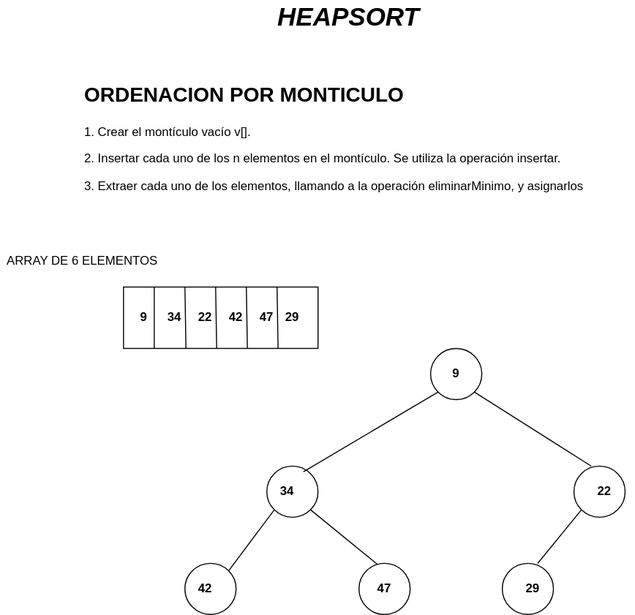
Before: Algoritmos/Heapsort/Heapsort.drawio.svg, a diagram exported from draw.io (Nordcode-cyber/Algoritmos-Estructdatos). Source tidied: cells renumbered, new cells last; positions are measured from the earlier drawing's top-left corner, leaving out a move shared by most shapes.
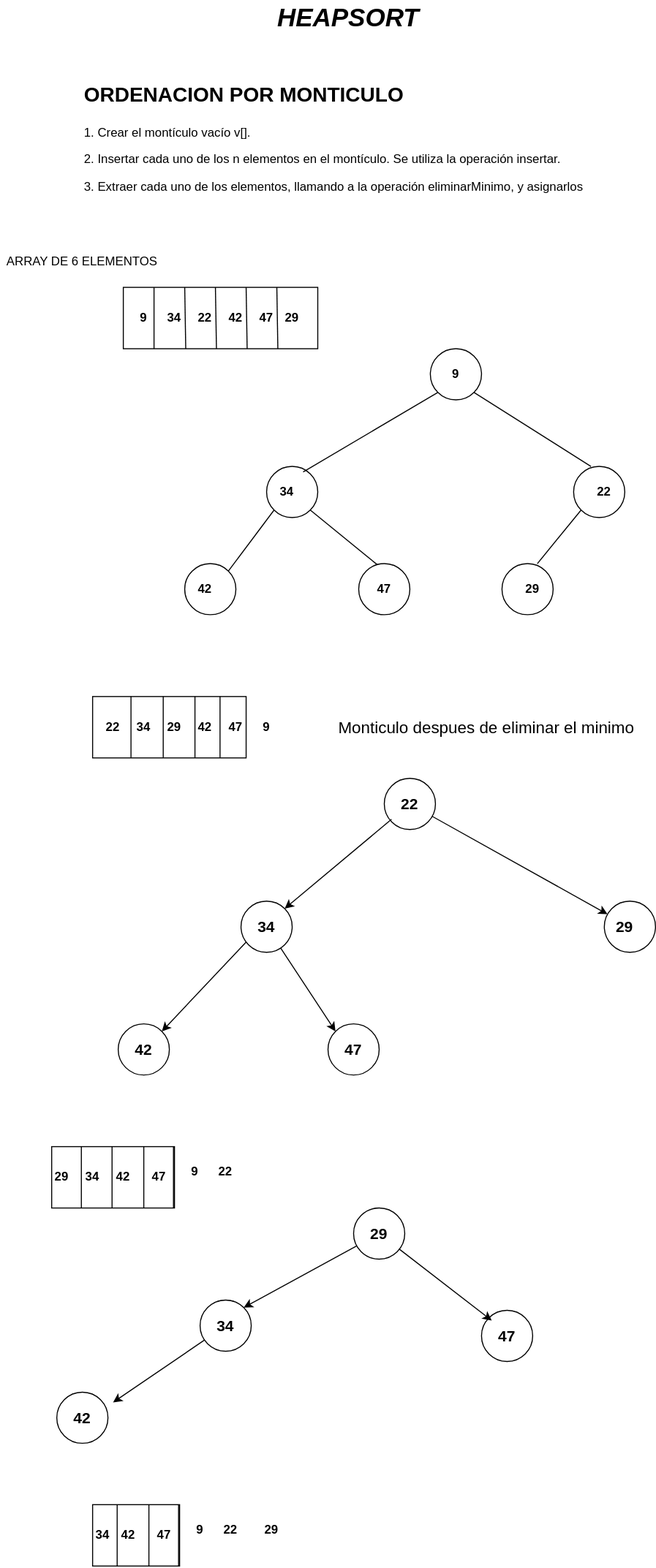
Above is the later version.

Change to the diagram source:
```diff
@@ -113,5 +113,209 @@
     <mxCell id="33" value="&lt;b&gt;&lt;font style=&quot;color: light-dark(rgb(0, 0, 0), rgb(0, 0, 255));&quot;&gt;29&lt;/font&gt;&lt;/b&gt;" style="text;html=1;align=center;verticalAlign=middle;whiteSpace=wrap;rounded=0;" parent="1" vertex="1">
       <mxGeometry x="255" y="295" width="60" height="30" as="geometry" />
     </mxCell>
+    <mxCell id="34" style="rounded=0;whiteSpace=wrap;html=1;fillColor=none;" parent="1" vertex="1">
+      <mxGeometry x="90" y="680" width="150" height="60" as="geometry" />
+    </mxCell>
+    <mxCell id="35" value="&lt;b&gt;&lt;font style=&quot;color: light-dark(rgb(0, 0, 0), rgb(0, 0, 255));&quot;&gt;47&lt;/font&gt;&lt;/b&gt;" style="text;html=1;align=center;verticalAlign=middle;whiteSpace=wrap;rounded=0;" parent="1" vertex="1">
+      <mxGeometry x="200" y="695" width="60" height="30" as="geometry" />
+    </mxCell>
+    <mxCell id="36" value="&lt;b&gt;&lt;font style=&quot;color: light-dark(rgb(0, 0, 0), rgb(0, 0, 255));&quot;&gt;42&lt;/font&gt;&lt;/b&gt;" style="text;html=1;align=center;verticalAlign=middle;whiteSpace=wrap;rounded=0;" parent="1" vertex="1">
+      <mxGeometry x="170" y="695" width="60" height="30" as="geometry" />
+    </mxCell>
+    <mxCell id="37" value="&lt;b&gt;&lt;font style=&quot;color: light-dark(rgb(0, 0, 0), rgb(0, 0, 255));&quot;&gt;9&lt;/font&gt;&lt;/b&gt;" style="text;html=1;align=center;verticalAlign=middle;whiteSpace=wrap;rounded=0;" parent="1" vertex="1">
+      <mxGeometry x="230" y="695" width="60" height="30" as="geometry" />
+    </mxCell>
+    <mxCell id="38" value="&lt;b&gt;&lt;font style=&quot;color: light-dark(rgb(0, 0, 0), rgb(0, 0, 255));&quot;&gt;34&lt;/font&gt;&lt;/b&gt;" style="text;html=1;align=center;verticalAlign=middle;whiteSpace=wrap;rounded=0;" parent="1" vertex="1">
+      <mxGeometry x="110" y="695" width="60" height="30" as="geometry" />
+    </mxCell>
+    <mxCell id="39" value="&lt;b&gt;&lt;font style=&quot;color: light-dark(rgb(0, 0, 0), rgb(0, 0, 255));&quot;&gt;22&lt;/font&gt;&lt;/b&gt;" style="text;html=1;align=center;verticalAlign=middle;whiteSpace=wrap;rounded=0;" parent="1" vertex="1">
+      <mxGeometry x="80" y="695" width="60" height="30" as="geometry" />
+    </mxCell>
+    <mxCell id="40" value="&lt;b&gt;&lt;font style=&quot;color: light-dark(rgb(0, 0, 0), rgb(0, 0, 255));&quot;&gt;29&lt;/font&gt;&lt;/b&gt;" style="text;html=1;align=center;verticalAlign=middle;whiteSpace=wrap;rounded=0;" parent="1" vertex="1">
+      <mxGeometry x="140" y="695" width="60" height="30" as="geometry" />
+    </mxCell>
+    <mxCell id="41" value="&lt;font style=&quot;font-size: 16px;&quot;&gt;Monticulo despues de eliminar el minimo&lt;/font&gt;" style="text;html=1;align=center;verticalAlign=middle;whiteSpace=wrap;rounded=0;" parent="1" vertex="1">
+      <mxGeometry x="320" y="695" width="310" height="30" as="geometry" />
+    </mxCell>
+    <mxCell id="42" style="ellipse;whiteSpace=wrap;html=1;fillColor=none;" parent="1" vertex="1">
+      <mxGeometry x="590" y="880" width="50" height="50" as="geometry" />
+    </mxCell>
+    <mxCell id="43" value="&lt;b&gt;&lt;font style=&quot;color: light-dark(rgb(0, 0, 0), rgb(0, 0, 255)); font-size: 15px;&quot;&gt;29&lt;/font&gt;&lt;/b&gt;" style="text;html=1;align=center;verticalAlign=middle;whiteSpace=wrap;rounded=0;" parent="1" vertex="1">
+      <mxGeometry x="580" y="890" width="60" height="30" as="geometry" />
+    </mxCell>
+    <mxCell id="44" style="edgeStyle=none;html=1;" parent="1" edge="1" source="45" target="42">
+      <mxGeometry relative="1" as="geometry" />
+    </mxCell>
+    <mxCell id="45" style="ellipse;whiteSpace=wrap;html=1;fillColor=none;" parent="1" vertex="1">
+      <mxGeometry x="375" y="760" width="50" height="50" as="geometry" />
+    </mxCell>
+    <mxCell id="46" style="edgeStyle=none;html=1;entryX=1;entryY=0;entryDx=0;entryDy=0;" parent="1" edge="1" source="47" target="49">
+      <mxGeometry relative="1" as="geometry" />
+    </mxCell>
+    <mxCell id="47" value="&lt;b&gt;&lt;font style=&quot;color: light-dark(rgb(0, 0, 0), rgb(0, 0, 255)); font-size: 15px;&quot;&gt;22&lt;/font&gt;&lt;/b&gt;" style="text;html=1;align=center;verticalAlign=middle;whiteSpace=wrap;rounded=0;" parent="1" vertex="1">
+      <mxGeometry x="370" y="770" width="60" height="30" as="geometry" />
+    </mxCell>
+    <mxCell id="48" style="edgeStyle=none;html=1;entryX=0;entryY=0;entryDx=0;entryDy=0;" parent="1" edge="1" source="49" target="54">
+      <mxGeometry relative="1" as="geometry" />
+    </mxCell>
+    <mxCell id="49" style="ellipse;whiteSpace=wrap;html=1;fillColor=none;" parent="1" vertex="1">
+      <mxGeometry x="235" y="880" width="50" height="50" as="geometry" />
+    </mxCell>
+    <mxCell id="50" style="edgeStyle=none;html=1;entryX=1;entryY=0;entryDx=0;entryDy=0;exitX=0.167;exitY=1;exitDx=0;exitDy=0;exitPerimeter=0;" parent="1" edge="1" source="51" target="52">
+      <mxGeometry relative="1" as="geometry" />
+    </mxCell>
+    <mxCell id="51" value="&lt;b&gt;&lt;font style=&quot;color: light-dark(rgb(0, 0, 0), rgb(0, 0, 255)); font-size: 15px;&quot;&gt;34&lt;/font&gt;&lt;/b&gt;" style="text;html=1;align=center;verticalAlign=middle;whiteSpace=wrap;rounded=0;" parent="1" vertex="1">
+      <mxGeometry x="230" y="890" width="60" height="30" as="geometry" />
+    </mxCell>
+    <mxCell id="52" style="ellipse;whiteSpace=wrap;html=1;fillColor=none;" parent="1" vertex="1">
+      <mxGeometry x="115" y="1000" width="50" height="50" as="geometry" />
+    </mxCell>
+    <mxCell id="53" value="&lt;b&gt;&lt;font style=&quot;color: light-dark(rgb(0, 0, 0), rgb(0, 0, 255)); font-size: 15px;&quot;&gt;42&lt;/font&gt;&lt;/b&gt;" style="text;html=1;align=center;verticalAlign=middle;whiteSpace=wrap;rounded=0;" parent="1" vertex="1">
+      <mxGeometry x="110" y="1010" width="60" height="30" as="geometry" />
+    </mxCell>
+    <mxCell id="54" style="ellipse;whiteSpace=wrap;html=1;fillColor=none;" parent="1" vertex="1">
+      <mxGeometry x="320" y="1000" width="50" height="50" as="geometry" />
+    </mxCell>
+    <mxCell id="55" value="&lt;b&gt;&lt;font style=&quot;color: light-dark(rgb(0, 0, 0), rgb(0, 0, 255)); font-size: 15px;&quot;&gt;47&lt;/font&gt;&lt;/b&gt;" style="text;html=1;align=center;verticalAlign=middle;whiteSpace=wrap;rounded=0;" parent="1" vertex="1">
+      <mxGeometry x="315" y="1010" width="60" height="30" as="geometry" />
+    </mxCell>
+    <mxCell id="56" style="endArrow=none;html=1;entryX=0.25;entryY=0;entryDx=0;entryDy=0;exitX=0.25;exitY=1;exitDx=0;exitDy=0;" parent="1" edge="1" source="34" target="34">
+      <mxGeometry relative="1" as="geometry" />
+    </mxCell>
+    <mxCell id="57" style="endArrow=none;html=1;entryX=0.25;entryY=0;entryDx=0;entryDy=0;exitX=0.25;exitY=1;exitDx=0;exitDy=0;" parent="1" edge="1">
+      <mxGeometry relative="1" as="geometry">
+        <mxPoint x="159" y="740" as="sourcePoint" />
+        <mxPoint x="159" y="680" as="targetPoint" />
+      </mxGeometry>
+    </mxCell>
+    <mxCell id="58" style="endArrow=none;html=1;entryX=0.25;entryY=0;entryDx=0;entryDy=0;exitX=0.25;exitY=1;exitDx=0;exitDy=0;" parent="1" edge="1">
+      <mxGeometry relative="1" as="geometry">
+        <mxPoint x="190" y="740" as="sourcePoint" />
+        <mxPoint x="190" y="680" as="targetPoint" />
+      </mxGeometry>
+    </mxCell>
+    <mxCell id="59" style="endArrow=none;html=1;entryX=0.25;entryY=0;entryDx=0;entryDy=0;exitX=0.25;exitY=1;exitDx=0;exitDy=0;" parent="1" edge="1">
+      <mxGeometry relative="1" as="geometry">
+        <mxPoint x="214.5" y="740" as="sourcePoint" />
+        <mxPoint x="214.5" y="680" as="targetPoint" />
+      </mxGeometry>
+    </mxCell>
+    <mxCell id="60" style="rounded=0;whiteSpace=wrap;html=1;fillColor=none;" parent="1" vertex="1">
+      <mxGeometry x="50" y="1120" width="120" height="60" as="geometry" />
+    </mxCell>
+    <mxCell id="61" style="endArrow=none;html=1;entryX=0.25;entryY=0;entryDx=0;entryDy=0;exitX=0.25;exitY=1;exitDx=0;exitDy=0;" parent="1" edge="1">
+      <mxGeometry relative="1" as="geometry">
+        <mxPoint x="79" y="1180" as="sourcePoint" />
+        <mxPoint x="79" y="1120" as="targetPoint" />
+      </mxGeometry>
+    </mxCell>
+    <mxCell id="62" style="endArrow=none;html=1;entryX=0.25;entryY=0;entryDx=0;entryDy=0;exitX=0.25;exitY=1;exitDx=0;exitDy=0;" parent="1" edge="1">
+      <mxGeometry relative="1" as="geometry">
+        <mxPoint x="109" y="1180" as="sourcePoint" />
+        <mxPoint x="109" y="1120" as="targetPoint" />
+      </mxGeometry>
+    </mxCell>
+    <mxCell id="63" style="endArrow=none;html=1;entryX=0.25;entryY=0;entryDx=0;entryDy=0;exitX=0.25;exitY=1;exitDx=0;exitDy=0;" parent="1" edge="1">
+      <mxGeometry relative="1" as="geometry">
+        <mxPoint x="140" y="1180" as="sourcePoint" />
+        <mxPoint x="140" y="1120" as="targetPoint" />
+      </mxGeometry>
+    </mxCell>
+    <mxCell id="64" style="endArrow=none;html=1;entryX=0.25;entryY=0;entryDx=0;entryDy=0;exitX=0.25;exitY=1;exitDx=0;exitDy=0;" parent="1" edge="1">
+      <mxGeometry relative="1" as="geometry">
+        <mxPoint x="169" y="1180" as="sourcePoint" />
+        <mxPoint x="169" y="1120" as="targetPoint" />
+      </mxGeometry>
+    </mxCell>
+    <mxCell id="65" value="&lt;b&gt;&lt;font style=&quot;color: light-dark(rgb(0, 0, 0), rgb(0, 0, 255));&quot;&gt;9&lt;/font&gt;&lt;/b&gt;" style="text;html=1;align=center;verticalAlign=middle;whiteSpace=wrap;rounded=0;" parent="1" vertex="1">
+      <mxGeometry x="160" y="1130" width="60" height="30" as="geometry" />
+    </mxCell>
+    <mxCell id="66" value="&lt;b&gt;&lt;font style=&quot;color: light-dark(rgb(0, 0, 0), rgb(0, 0, 255));&quot;&gt;22&lt;/font&gt;&lt;/b&gt;" style="text;html=1;align=center;verticalAlign=middle;whiteSpace=wrap;rounded=0;" parent="1" vertex="1">
+      <mxGeometry x="190" y="1130" width="60" height="30" as="geometry" />
+    </mxCell>
+    <mxCell id="67" value="&lt;b&gt;&lt;font style=&quot;color: light-dark(rgb(0, 0, 0), rgb(0, 0, 255));&quot;&gt;29&lt;/font&gt;&lt;/b&gt;" style="text;html=1;align=center;verticalAlign=middle;whiteSpace=wrap;rounded=0;" parent="1" vertex="1">
+      <mxGeometry x="30" y="1135" width="60" height="30" as="geometry" />
+    </mxCell>
+    <mxCell id="68" value="&lt;b&gt;&lt;font style=&quot;color: light-dark(rgb(0, 0, 0), rgb(0, 0, 255));&quot;&gt;34&lt;/font&gt;&lt;/b&gt;" style="text;html=1;align=center;verticalAlign=middle;whiteSpace=wrap;rounded=0;" parent="1" vertex="1">
+      <mxGeometry x="60" y="1135" width="60" height="30" as="geometry" />
+    </mxCell>
+    <mxCell id="69" value="&lt;b&gt;&lt;font style=&quot;color: light-dark(rgb(0, 0, 0), rgb(0, 0, 255));&quot;&gt;42&lt;/font&gt;&lt;/b&gt;" style="text;html=1;align=center;verticalAlign=middle;whiteSpace=wrap;rounded=0;" parent="1" vertex="1">
+      <mxGeometry x="90" y="1135" width="60" height="30" as="geometry" />
+    </mxCell>
+    <mxCell id="70" value="&lt;b&gt;&lt;font style=&quot;color: light-dark(rgb(0, 0, 0), rgb(0, 0, 255));&quot;&gt;47&lt;/font&gt;&lt;/b&gt;" style="text;html=1;align=center;verticalAlign=middle;whiteSpace=wrap;rounded=0;" parent="1" vertex="1">
+      <mxGeometry x="125" y="1135" width="60" height="30" as="geometry" />
+    </mxCell>
+    <mxCell id="71" style="edgeStyle=none;html=1;entryX=0.25;entryY=0;entryDx=0;entryDy=0;" parent="1" edge="1" source="73" target="76">
+      <mxGeometry relative="1" as="geometry" />
+    </mxCell>
+    <mxCell id="72" style="edgeStyle=none;html=1;entryX=1;entryY=0;entryDx=0;entryDy=0;" parent="1" edge="1" source="73" target="79">
+      <mxGeometry relative="1" as="geometry" />
+    </mxCell>
+    <mxCell id="73" style="ellipse;whiteSpace=wrap;html=1;fillColor=none;" parent="1" vertex="1">
+      <mxGeometry x="345" y="1180" width="50" height="50" as="geometry" />
+    </mxCell>
+    <mxCell id="74" value="&lt;b&gt;&lt;font style=&quot;color: light-dark(rgb(0, 0, 0), rgb(0, 0, 255)); font-size: 15px;&quot;&gt;29&lt;/font&gt;&lt;/b&gt;" style="text;html=1;align=center;verticalAlign=middle;whiteSpace=wrap;rounded=0;" parent="1" vertex="1">
+      <mxGeometry x="340" y="1190" width="60" height="30" as="geometry" />
+    </mxCell>
+    <mxCell id="75" style="ellipse;whiteSpace=wrap;html=1;fillColor=none;" parent="1" vertex="1">
+      <mxGeometry x="470" y="1280" width="50" height="50" as="geometry" />
+    </mxCell>
+    <mxCell id="76" value="&lt;b&gt;&lt;font style=&quot;color: light-dark(rgb(0, 0, 0), rgb(0, 0, 255)); font-size: 15px;&quot;&gt;47&lt;/font&gt;&lt;/b&gt;" style="text;html=1;align=center;verticalAlign=middle;whiteSpace=wrap;rounded=0;" parent="1" vertex="1">
+      <mxGeometry x="465" y="1290" width="60" height="30" as="geometry" />
+    </mxCell>
+    <mxCell id="77" value="&lt;b&gt;&lt;font style=&quot;color: light-dark(rgb(0, 0, 0), rgb(0, 0, 255)); font-size: 15px;&quot;&gt;34&lt;/font&gt;&lt;/b&gt;" style="text;html=1;align=center;verticalAlign=middle;whiteSpace=wrap;rounded=0;" parent="1" vertex="1">
+      <mxGeometry x="190" y="1280" width="60" height="30" as="geometry" />
+    </mxCell>
+    <mxCell id="78" style="edgeStyle=none;html=1;entryX=1;entryY=0;entryDx=0;entryDy=0;" parent="1" edge="1" source="79" target="81">
+      <mxGeometry relative="1" as="geometry" />
+    </mxCell>
+    <mxCell id="79" style="ellipse;whiteSpace=wrap;html=1;fillColor=none;" parent="1" vertex="1">
+      <mxGeometry x="195" y="1270" width="50" height="50" as="geometry" />
+    </mxCell>
+    <mxCell id="80" style="ellipse;whiteSpace=wrap;html=1;fillColor=none;" parent="1" vertex="1">
+      <mxGeometry x="55" y="1360" width="50" height="50" as="geometry" />
+    </mxCell>
+    <mxCell id="81" value="&lt;b&gt;&lt;font style=&quot;color: light-dark(rgb(0, 0, 0), rgb(0, 0, 255)); font-size: 15px;&quot;&gt;42&lt;/font&gt;&lt;/b&gt;" style="text;html=1;align=center;verticalAlign=middle;whiteSpace=wrap;rounded=0;" parent="1" vertex="1">
+      <mxGeometry x="50" y="1370" width="60" height="30" as="geometry" />
+    </mxCell>
+    <mxCell id="82" style="rounded=0;whiteSpace=wrap;html=1;fillColor=none;" parent="1" vertex="1">
+      <mxGeometry x="90" y="1470" width="85" height="60" as="geometry" />
+    </mxCell>
+    <mxCell id="83" style="endArrow=none;html=1;entryX=0.25;entryY=0;entryDx=0;entryDy=0;exitX=0.25;exitY=1;exitDx=0;exitDy=0;" parent="1" edge="1">
+      <mxGeometry relative="1" as="geometry">
+        <mxPoint x="114" y="1530" as="sourcePoint" />
+        <mxPoint x="114" y="1470" as="targetPoint" />
+      </mxGeometry>
+    </mxCell>
+    <mxCell id="84" style="endArrow=none;html=1;entryX=0.25;entryY=0;entryDx=0;entryDy=0;exitX=0.25;exitY=1;exitDx=0;exitDy=0;" parent="1" edge="1">
+      <mxGeometry relative="1" as="geometry">
+        <mxPoint x="145" y="1530" as="sourcePoint" />
+        <mxPoint x="145" y="1470" as="targetPoint" />
+      </mxGeometry>
+    </mxCell>
+    <mxCell id="85" style="endArrow=none;html=1;entryX=0.25;entryY=0;entryDx=0;entryDy=0;exitX=0.25;exitY=1;exitDx=0;exitDy=0;" parent="1" edge="1">
+      <mxGeometry relative="1" as="geometry">
+        <mxPoint x="174" y="1530" as="sourcePoint" />
+        <mxPoint x="174" y="1470" as="targetPoint" />
+      </mxGeometry>
+    </mxCell>
+    <mxCell id="86" value="&lt;b&gt;&lt;font style=&quot;color: light-dark(rgb(0, 0, 0), rgb(0, 0, 255));&quot;&gt;9&lt;/font&gt;&lt;/b&gt;" style="text;html=1;align=center;verticalAlign=middle;whiteSpace=wrap;rounded=0;" parent="1" vertex="1">
+      <mxGeometry x="165" y="1480" width="60" height="30" as="geometry" />
+    </mxCell>
+    <mxCell id="87" value="&lt;b&gt;&lt;font style=&quot;color: light-dark(rgb(0, 0, 0), rgb(0, 0, 255));&quot;&gt;22&lt;/font&gt;&lt;/b&gt;" style="text;html=1;align=center;verticalAlign=middle;whiteSpace=wrap;rounded=0;" parent="1" vertex="1">
+      <mxGeometry x="195" y="1480" width="60" height="30" as="geometry" />
+    </mxCell>
+    <mxCell id="88" value="&lt;b&gt;&lt;font style=&quot;color: light-dark(rgb(0, 0, 0), rgb(0, 0, 255));&quot;&gt;29&lt;/font&gt;&lt;/b&gt;" style="text;html=1;align=center;verticalAlign=middle;whiteSpace=wrap;rounded=0;" parent="1" vertex="1">
+      <mxGeometry x="235" y="1480" width="60" height="30" as="geometry" />
+    </mxCell>
+    <mxCell id="89" value="&lt;b&gt;&lt;font style=&quot;color: light-dark(rgb(0, 0, 0), rgb(0, 0, 255));&quot;&gt;34&lt;/font&gt;&lt;/b&gt;" style="text;html=1;align=center;verticalAlign=middle;whiteSpace=wrap;rounded=0;" parent="1" vertex="1">
+      <mxGeometry x="70" y="1485" width="60" height="30" as="geometry" />
+    </mxCell>
+    <mxCell id="90" value="&lt;b&gt;&lt;font style=&quot;color: light-dark(rgb(0, 0, 0), rgb(0, 0, 255));&quot;&gt;42&lt;/font&gt;&lt;/b&gt;" style="text;html=1;align=center;verticalAlign=middle;whiteSpace=wrap;rounded=0;" parent="1" vertex="1">
+      <mxGeometry x="95" y="1485" width="60" height="30" as="geometry" />
+    </mxCell>
+    <mxCell id="91" value="&lt;b&gt;&lt;font style=&quot;color: light-dark(rgb(0, 0, 0), rgb(0, 0, 255));&quot;&gt;47&lt;/font&gt;&lt;/b&gt;" style="text;html=1;align=center;verticalAlign=middle;whiteSpace=wrap;rounded=0;" parent="1" vertex="1">
+      <mxGeometry x="130" y="1485" width="60" height="30" as="geometry" />
+    </mxCell>
   </root>
 </mxGraphModel>
```
